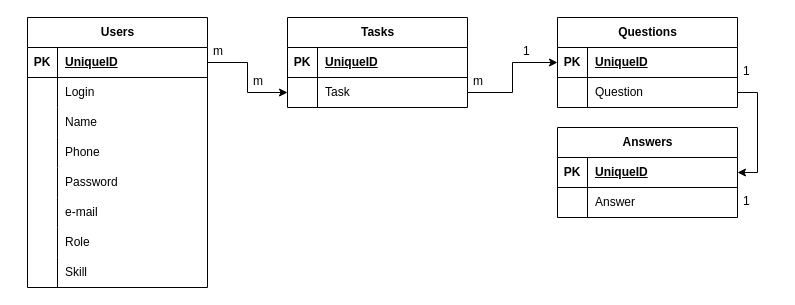
OlgaShopieva/springMVC-noWebAppConfig keeps this draw.io diagram as BD/Диаграмма без названия.drawio. Above is the earlier version. Source tidied: cells renumbered, new cells numbered last; positions are measured from the earlier drawing's top-left corner, leaving out a move shared by most shapes. Both pictures are drawn from the tidied source at 100%, with x=0, y=0 at pixel (27, 17).
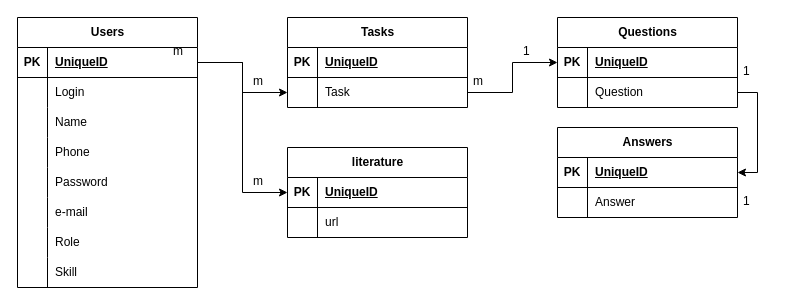
The same page after the edit.

The change refers to these unchanged cells:
```xml
<mxCell id="3" style="shape=tableRow;horizontal=0;startSize=0;swimlaneHead=0;swimlaneBody=0;fillColor=none;points=[[0,0.5],[1,0.5]];portConstraint=eastwest;top=0;left=0;right=0;bottom=1;" parent="2" vertex="1">
  <mxGeometry y="30" width="180" height="30" as="geometry" />
</mxCell>
```

What changed in the source:
```diff
@@
     <mxCell id="2" value="Users" style="shape=table;startSize=30;childLayout=tableLayout;rowLines=0;fontStyle=1;align=center;html=1;" parent="1" vertex="1">
-      <mxGeometry width="180" height="270" as="geometry" />
+      <mxGeometry x="-10" width="180" height="270" as="geometry" />
     </mxCell>
@@
     <mxCell id="53" value="m" style="text;strokeColor=none;fillColor=none;spacingLeft=4;spacingRight=4;overflow=hidden;fontSize=12;whiteSpace=wrap;html=1;" parent="1" vertex="1">
-      <mxGeometry x="180" y="20" width="40" height="30" as="geometry" />
+      <mxGeometry x="140" y="20" width="40" height="30" as="geometry" />
     </mxCell>
@@
+    <mxCell id="57" value="literature" style="shape=table;startSize=30;childLayout=tableLayout;rowLines=0;fontStyle=1;align=center;html=1;" parent="1" vertex="1">
+      <mxGeometry x="260" y="130" width="180" height="90" as="geometry" />
+    </mxCell>
+    <mxCell id="58" style="shape=tableRow;horizontal=0;startSize=0;swimlaneHead=0;swimlaneBody=0;fillColor=none;points=[[0,0.5],[1,0.5]];portConstraint=eastwest;top=0;left=0;right=0;bottom=1;" parent="57" vertex="1">
+      <mxGeometry y="30" width="180" height="30" as="geometry" />
+    </mxCell>
+    <mxCell id="59" value="PK" style="shape=partialRectangle;fillColor=none;top=0;left=0;bottom=0;right=0;fontStyle=1;overflow=hidden;whiteSpace=wrap;html=1;" parent="58" vertex="1">
+      <mxGeometry width="30" height="30" as="geometry" />
+    </mxCell>
+    <mxCell id="60" value="UniqueID" style="shape=partialRectangle;fillColor=none;top=0;left=0;bottom=0;right=0;align=left;spacingLeft=6;fontStyle=5;overflow=hidden;whiteSpace=wrap;html=1;" parent="58" vertex="1">
+      <mxGeometry x="30" width="150" height="30" as="geometry" />
+    </mxCell>
+    <mxCell id="61" style="shape=tableRow;horizontal=0;startSize=0;swimlaneHead=0;swimlaneBody=0;fillColor=none;top=0;left=0;right=0;bottom=0;" parent="57" vertex="1">
+      <mxGeometry y="60" width="180" height="30" as="geometry" />
+    </mxCell>
+    <mxCell id="62" style="shape=partialRectangle;fillColor=none;top=0;left=0;bottom=0;right=0;overflow=hidden;whiteSpace=wrap;html=1;" parent="61" vertex="1">
+      <mxGeometry width="30" height="30" as="geometry" />
+    </mxCell>
+    <mxCell id="63" value="url" style="shape=partialRectangle;fillColor=none;top=0;left=0;bottom=0;right=0;align=left;spacingLeft=6;overflow=hidden;whiteSpace=wrap;html=1;" parent="61" vertex="1">
+      <mxGeometry x="30" width="150" height="30" as="geometry" />
+    </mxCell>
+    <mxCell id="64" style="edgeStyle=orthogonalEdgeStyle;rounded=0;jettySize=auto;html=1;exitX=1;exitY=0.5;exitDx=0;exitDy=0;entryX=0;entryY=0.5;entryDx=0;entryDy=0;" parent="1" edge="1" source="3" target="58">
+      <mxGeometry relative="1" as="geometry" />
+    </mxCell>
+    <mxCell id="65" value="m" style="text;strokeColor=none;fillColor=none;spacingLeft=4;spacingRight=4;overflow=hidden;fontSize=12;whiteSpace=wrap;html=1;" parent="1" vertex="1">
+      <mxGeometry x="220" y="150" width="40" height="30" as="geometry" />
+    </mxCell>
```
